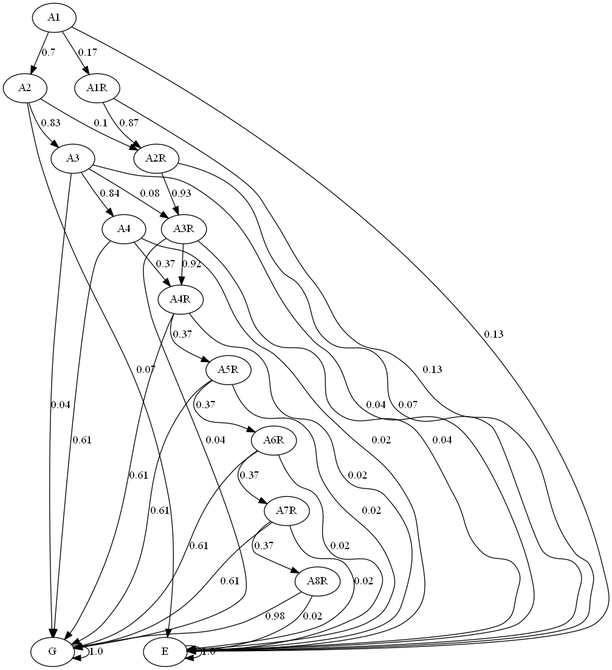
JulianaFerreira/educacao keeps this Graphviz diagram as graph/markov.png. Above is the earlier version. Its source is kept beside it as graph/markov.dot.
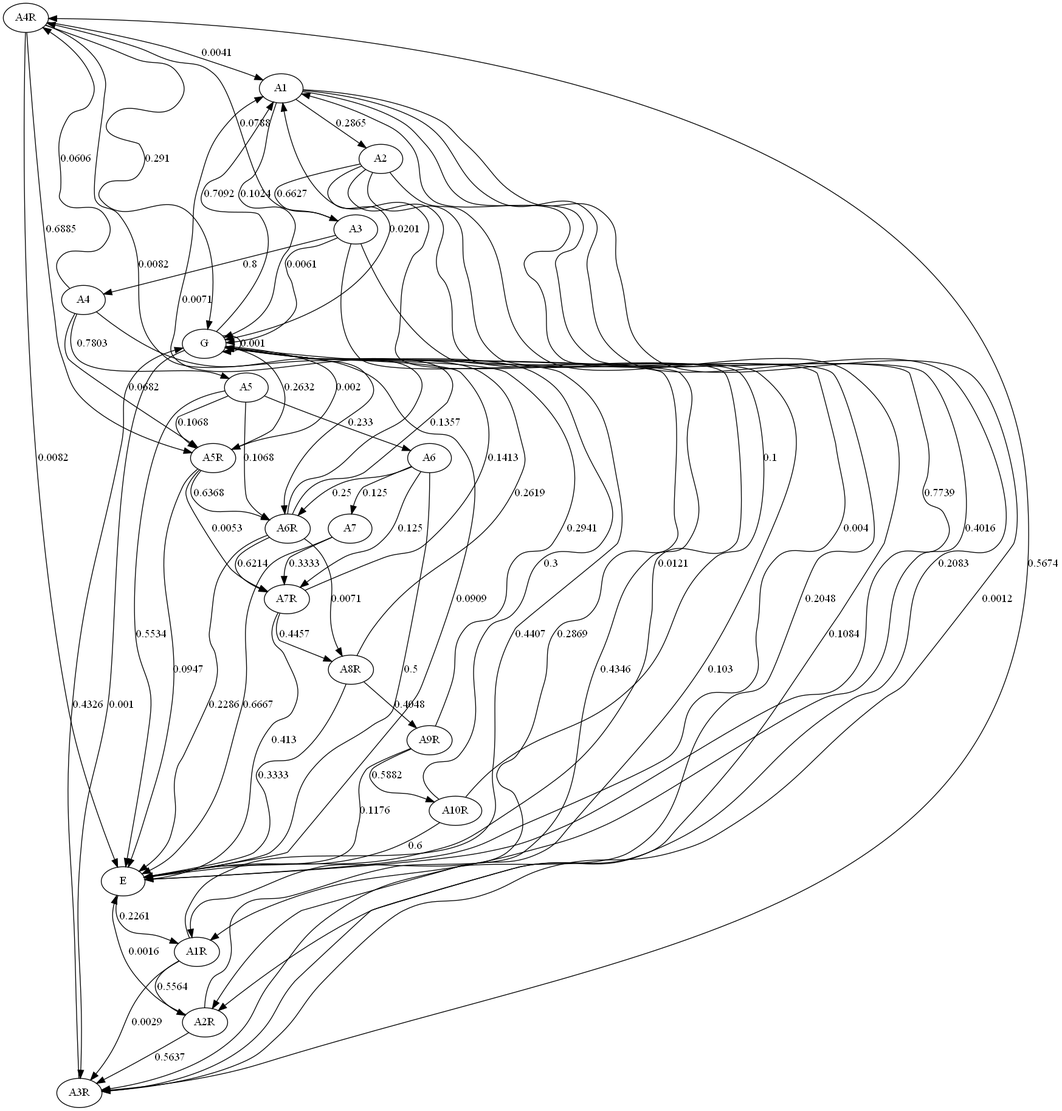
Above is the later version.

Change to the diagram source:
```diff
@@ -1,52 +1,91 @@
 digraph  {
+A4R;
 A1;
+A6R;
+A10R;
+G;
+E;
 A2;
 A3;
 A4;
+A5;
+A6;
+A7;
 A1R;
 A2R;
 A3R;
-A4R;
 A5R;
-A6R;
 A7R;
 A8R;
-G;
-E;
-A1 -> A2  [key=0, label="0.7", weight="0.7"];
-A1 -> A1R  [key=0, label="0.17", weight="0.17"];
-A1 -> E  [key=0, label="0.13", weight="0.13"];
-A2 -> A3  [key=0, label="0.83", weight="0.83"];
-A2 -> A2R  [key=0, label="0.1", weight="0.1"];
-A2 -> E  [key=0, label="0.07", weight="0.07"];
-A3 -> A4  [key=0, label="0.84", weight="0.84"];
-A3 -> A3R  [key=0, label="0.08", weight="0.08"];
-A3 -> G  [key=0, label="0.04", weight="0.04"];
-A3 -> E  [key=0, label="0.04", weight="0.04"];
-A4 -> A4R  [key=0, label="0.37", weight="0.37"];
-A4 -> G  [key=0, label="0.61", weight="0.61"];
-A4 -> E  [key=0, label="0.02", weight="0.02"];
-A1R -> A2R  [key=0, label="0.87", weight="0.87"];
-A1R -> E  [key=0, label="0.13", weight="0.13"];
-A2R -> A3R  [key=0, label="0.93", weight="0.93"];
-A2R -> E  [key=0, label="0.07", weight="0.07"];
-A3R -> A4R  [key=0, label="0.92", weight="0.92"];
-A3R -> G  [key=0, label="0.04", weight="0.04"];
-A3R -> E  [key=0, label="0.04", weight="0.04"];
-A4R -> A5R  [key=0, label="0.37", weight="0.37"];
-A4R -> G  [key=0, label="0.61", weight="0.61"];
-A4R -> E  [key=0, label="0.02", weight="0.02"];
-A5R -> A6R  [key=0, label="0.37", weight="0.37"];
-A5R -> G  [key=0, label="0.61", weight="0.61"];
-A5R -> E  [key=0, label="0.02", weight="0.02"];
-A6R -> A7R  [key=0, label="0.37", weight="0.37"];
-A6R -> G  [key=0, label="0.61", weight="0.61"];
-A6R -> E  [key=0, label="0.02", weight="0.02"];
-A7R -> A8R  [key=0, label="0.37", weight="0.37"];
-A7R -> G  [key=0, label="0.61", weight="0.61"];
-A7R -> E  [key=0, label="0.02", weight="0.02"];
-A8R -> G  [key=0, label="0.98", weight="0.98"];
-A8R -> E  [key=0, label="0.02", weight="0.02"];
-G -> G  [key=0, label="1.0", weight="1.0"];
-E -> E  [key=0, label="1.0", weight="1.0"];
+A9R;
+A4R -> A1  [key=0, label="0.0041", weight="0.0041"];
+A4R -> A5R  [key=0, label="0.6885", weight="0.6885"];
+A4R -> A6R  [key=0, label="0.0082", weight="0.0082"];
+A4R -> G  [key=0, label="0.291", weight="0.291"];
+A4R -> E  [key=0, label="0.0082", weight="0.0082"];
+A1 -> A2  [key=0, label="0.2865", weight="0.2865"];
+A1 -> A1R  [key=0, label="0.4016", weight="0.4016"];
+A1 -> A2R  [key=0, label="0.2083", weight="0.2083"];
+A1 -> A3R  [key=0, label="0.0012", weight="0.0012"];
+A1 -> G  [key=0, label="0.1024", weight="0.1024"];
+A6R -> A1  [key=0, label="0.0071", weight="0.0071"];
+A6R -> A7R  [key=0, label="0.6214", weight="0.6214"];
+A6R -> A8R  [key=0, label="0.0071", weight="0.0071"];
+A6R -> G  [key=0, label="0.1357", weight="0.1357"];
+A6R -> E  [key=0, label="0.2286", weight="0.2286"];
+A10R -> A1  [key=0, label="0.1", weight="0.1"];
+A10R -> G  [key=0, label="0.3", weight="0.3"];
+A10R -> E  [key=0, label="0.6", weight="0.6"];
+G -> A1  [key=0, label="0.7092", weight="0.7092"];
+G -> A1R  [key=0, label="0.2869", weight="0.2869"];
+G -> A3R  [key=0, label="0.001", weight="0.001"];
+G -> A5R  [key=0, label="0.002", weight="0.002"];
+G -> G  [key=0, label="0.001", weight="0.001"];
+E -> A1  [key=0, label="0.7739", weight="0.7739"];
+E -> A1R  [key=0, label="0.2261", weight="0.2261"];
+A2 -> A3  [key=0, label="0.6627", weight="0.6627"];
+A2 -> A2R  [key=0, label="0.2048", weight="0.2048"];
+A2 -> A3R  [key=0, label="0.1084", weight="0.1084"];
+A2 -> G  [key=0, label="0.0201", weight="0.0201"];
+A2 -> E  [key=0, label="0.004", weight="0.004"];
+A3 -> A4  [key=0, label="0.8", weight="0.8"];
+A3 -> A3R  [key=0, label="0.103", weight="0.103"];
+A3 -> A4R  [key=0, label="0.0788", weight="0.0788"];
+A3 -> G  [key=0, label="0.0061", weight="0.0061"];
+A3 -> E  [key=0, label="0.0121", weight="0.0121"];
+A4 -> A5  [key=0, label="0.7803", weight="0.7803"];
+A4 -> A4R  [key=0, label="0.0606", weight="0.0606"];
+A4 -> A5R  [key=0, label="0.0682", weight="0.0682"];
+A4 -> E  [key=0, label="0.0909", weight="0.0909"];
+A5 -> A6  [key=0, label="0.233", weight="0.233"];
+A5 -> A5R  [key=0, label="0.1068", weight="0.1068"];
+A5 -> A6R  [key=0, label="0.1068", weight="0.1068"];
+A5 -> E  [key=0, label="0.5534", weight="0.5534"];
+A6 -> A7  [key=0, label="0.125", weight="0.125"];
+A6 -> A6R  [key=0, label="0.25", weight="0.25"];
+A6 -> A7R  [key=0, label="0.125", weight="0.125"];
+A6 -> E  [key=0, label="0.5", weight="0.5"];
+A7 -> A7R  [key=0, label="0.3333", weight="0.3333"];
+A7 -> E  [key=0, label="0.6667", weight="0.6667"];
+A1R -> A2R  [key=0, label="0.5564", weight="0.5564"];
+A1R -> A3R  [key=0, label="0.0029", weight="0.0029"];
+A1R -> G  [key=0, label="0.4407", weight="0.4407"];
+A2R -> A3R  [key=0, label="0.5637", weight="0.5637"];
+A2R -> G  [key=0, label="0.4346", weight="0.4346"];
+A2R -> E  [key=0, label="0.0016", weight="0.0016"];
+A3R -> A4R  [key=0, label="0.5674", weight="0.5674"];
+A3R -> G  [key=0, label="0.4326", weight="0.4326"];
+A5R -> A6R  [key=0, label="0.6368", weight="0.6368"];
+A5R -> A7R  [key=0, label="0.0053", weight="0.0053"];
+A5R -> G  [key=0, label="0.2632", weight="0.2632"];
+A5R -> E  [key=0, label="0.0947", weight="0.0947"];
+A7R -> A8R  [key=0, label="0.4457", weight="0.4457"];
+A7R -> G  [key=0, label="0.1413", weight="0.1413"];
+A7R -> E  [key=0, label="0.413", weight="0.413"];
+A8R -> A9R  [key=0, label="0.4048", weight="0.4048"];
+A8R -> G  [key=0, label="0.2619", weight="0.2619"];
+A8R -> E  [key=0, label="0.3333", weight="0.3333"];
+A9R -> A10R  [key=0, label="0.5882", weight="0.5882"];
+A9R -> G  [key=0, label="0.2941", weight="0.2941"];
+A9R -> E  [key=0, label="0.1176", weight="0.1176"];
 }
```
